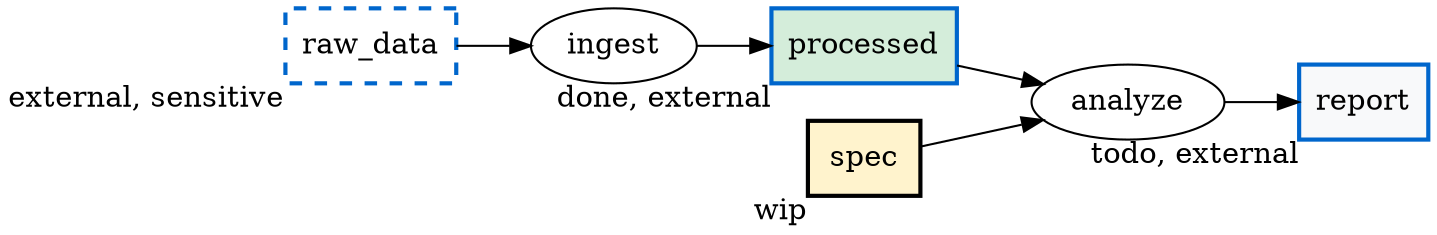
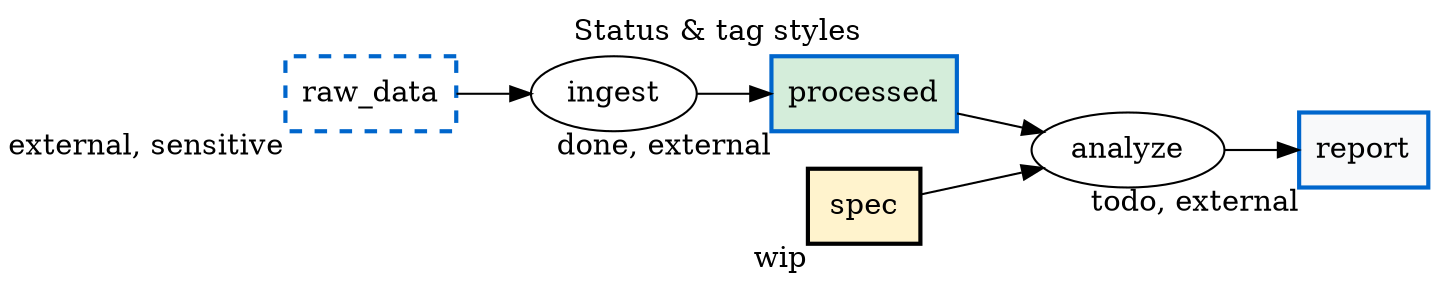
digraph PFDSL {
  rankdir=LR;
  newrank=true;
+   label="Status & tag styles";
+   labelloc="t";

  "analyze" [shape=ellipse, label="analyze"];
  "ingest" [shape=ellipse, label="ingest"];
  "processed" [shape=box, label="processed", xlabel="done, external", fillcolor="#d4edda", color="#0066cc", style="filled", penwidth="2"];
  "raw_data" [shape=box, label="raw_data", xlabel="external, sensitive", color="#0066cc", style="dashed", penwidth="2"];
  "report" [shape=box, label="report", xlabel="todo, external", fillcolor="#f8f9fa", color="#0066cc", style="filled", penwidth="2"];
  "spec" [shape=box, label="spec", xlabel="wip", fillcolor="#fff3cd", style="filled", penwidth="2"];

  "raw_data" -> "ingest";
  "ingest" -> "processed";
  "spec" -> "analyze";
  "analyze" -> "report";
  "processed" -> "analyze";
}
